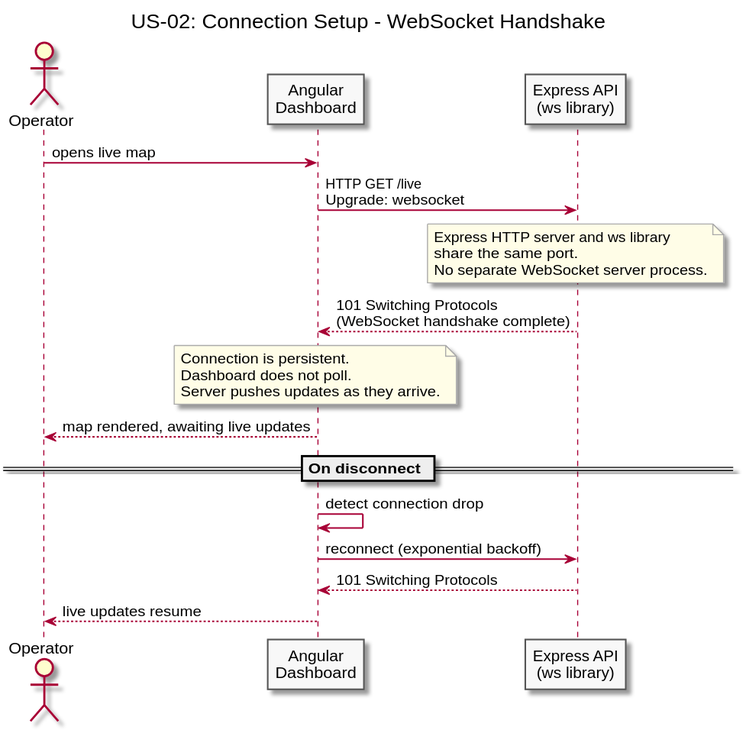
This is diagrams/docs/use-cases/US-02-live-map-updates/connection-setup.svg from Buffden/sentinel, a PlantUML export, as it was before one commit.
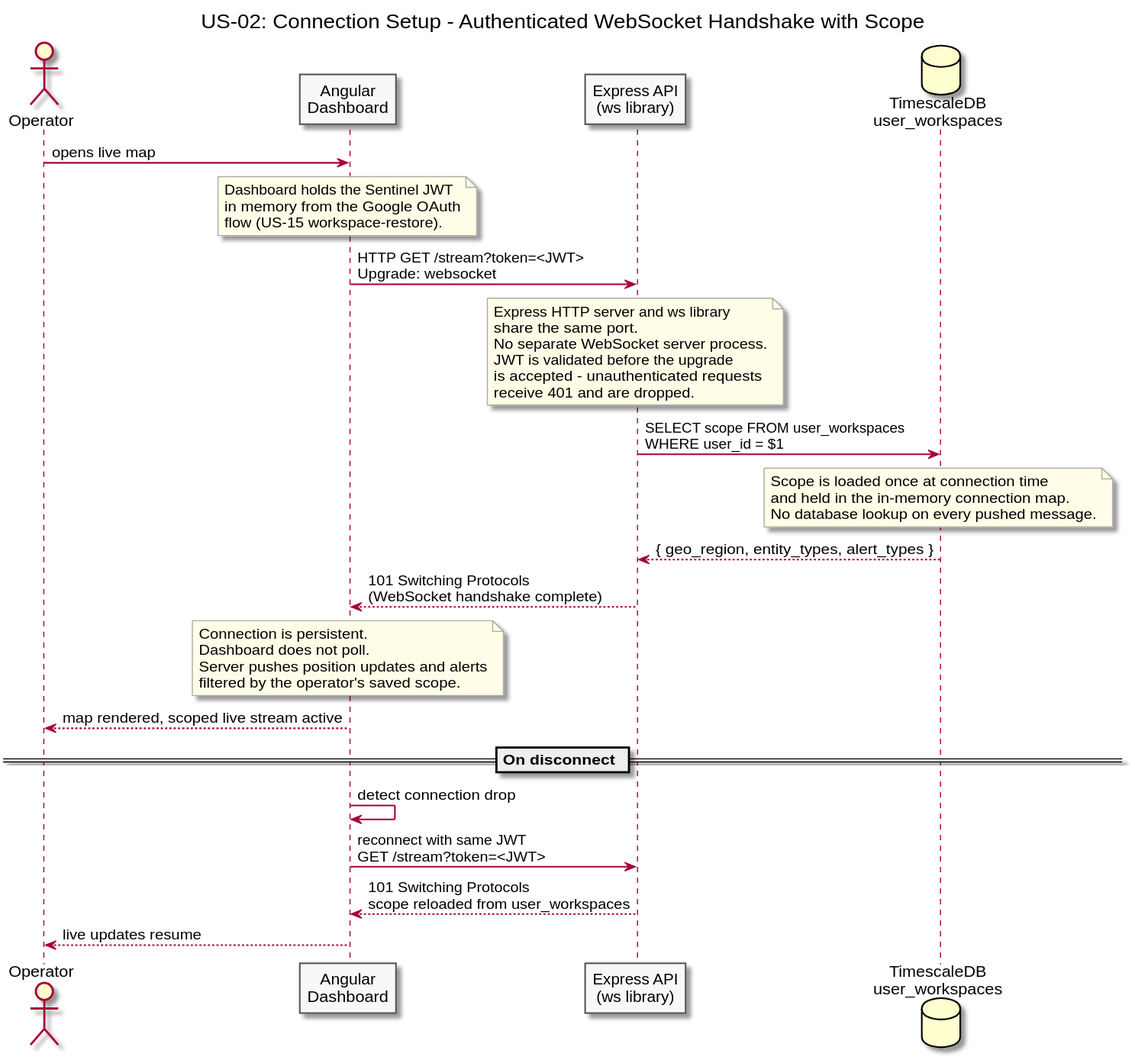
Later version of the same file.

What changed in the source:
```diff
@@ -1,5 +1,5 @@
 @startuml connection-setup
-title US-02: Connection Setup - WebSocket Handshake
+title US-02: Connection Setup - Authenticated WebSocket Handshake with Scope
 
 skinparam sequenceArrowThickness 1.5
 skinparam participantBorderColor #555555
@@ -10,32 +10,53 @@
 actor Operator
 participant "Angular\nDashboard" as Dashboard
 participant "Express API\n(ws library)" as API
+database "TimescaleDB\nuser_workspaces" as TSDB
 
 Operator -> Dashboard : opens live map
 
-Dashboard -> API : HTTP GET /live\nUpgrade: websocket
+note over Dashboard
+  Dashboard holds the Sentinel JWT
+  in memory from the Google OAuth
+  flow (US-15 workspace-restore).
+end note
+
+Dashboard -> API : HTTP GET /stream?token=<JWT>\nUpgrade: websocket
 
 note over API
   Express HTTP server and ws library
   share the same port.
   No separate WebSocket server process.
+  JWT is validated before the upgrade
+  is accepted - unauthenticated requests
+  receive 401 and are dropped.
 end note
+
+API -> TSDB : SELECT scope FROM user_workspaces\nWHERE user_id = $1
+
+note over TSDB
+  Scope is loaded once at connection time
+  and held in the in-memory connection map.
+  No database lookup on every pushed message.
+end note
+
+TSDB --> API : { geo_region, entity_types, alert_types }
 
 API --> Dashboard : 101 Switching Protocols\n(WebSocket handshake complete)
 
 note over Dashboard
   Connection is persistent.
   Dashboard does not poll.
-  Server pushes updates as they arrive.
+  Server pushes position updates and alerts
+  filtered by the operator's saved scope.
 end note
 
-Dashboard --> Operator : map rendered, awaiting live updates
+Dashboard --> Operator : map rendered, scoped live stream active
 
 == On disconnect ==
 
 Dashboard -> Dashboard : detect connection drop
-Dashboard -> API : reconnect (exponential backoff)
-API --> Dashboard : 101 Switching Protocols
+Dashboard -> API : reconnect with same JWT\nGET /stream?token=<JWT>
+API --> Dashboard : 101 Switching Protocols\nscope reloaded from user_workspaces
 Dashboard --> Operator : live updates resume
 
 @enduml
```
